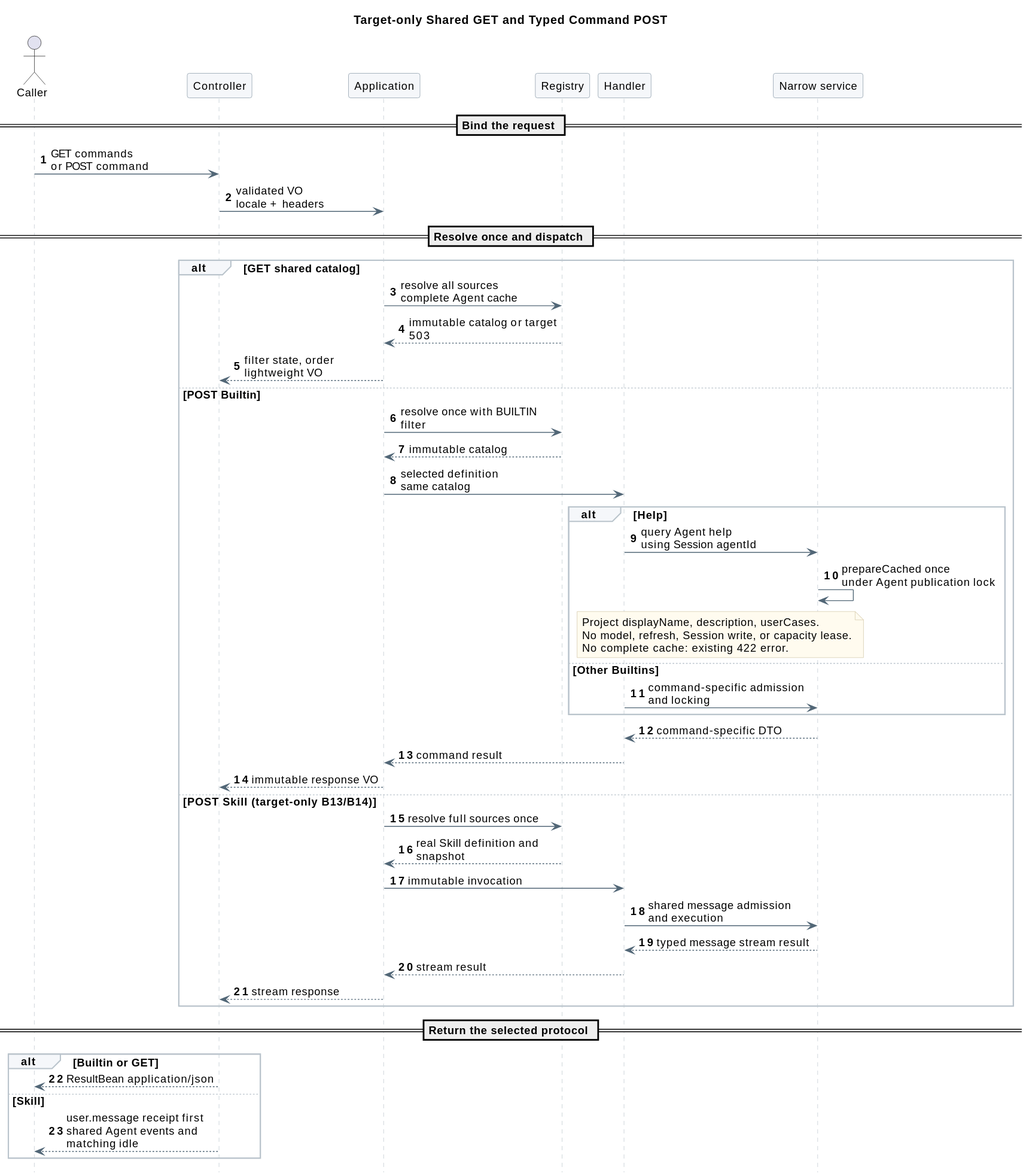
This is 01-总体架构/01-CampusClaw多Agent运行时/设计图/Command/command_http_flow.svg from ssm0808/pi-mono-java-design, a PlantUML export, as it was before one commit.
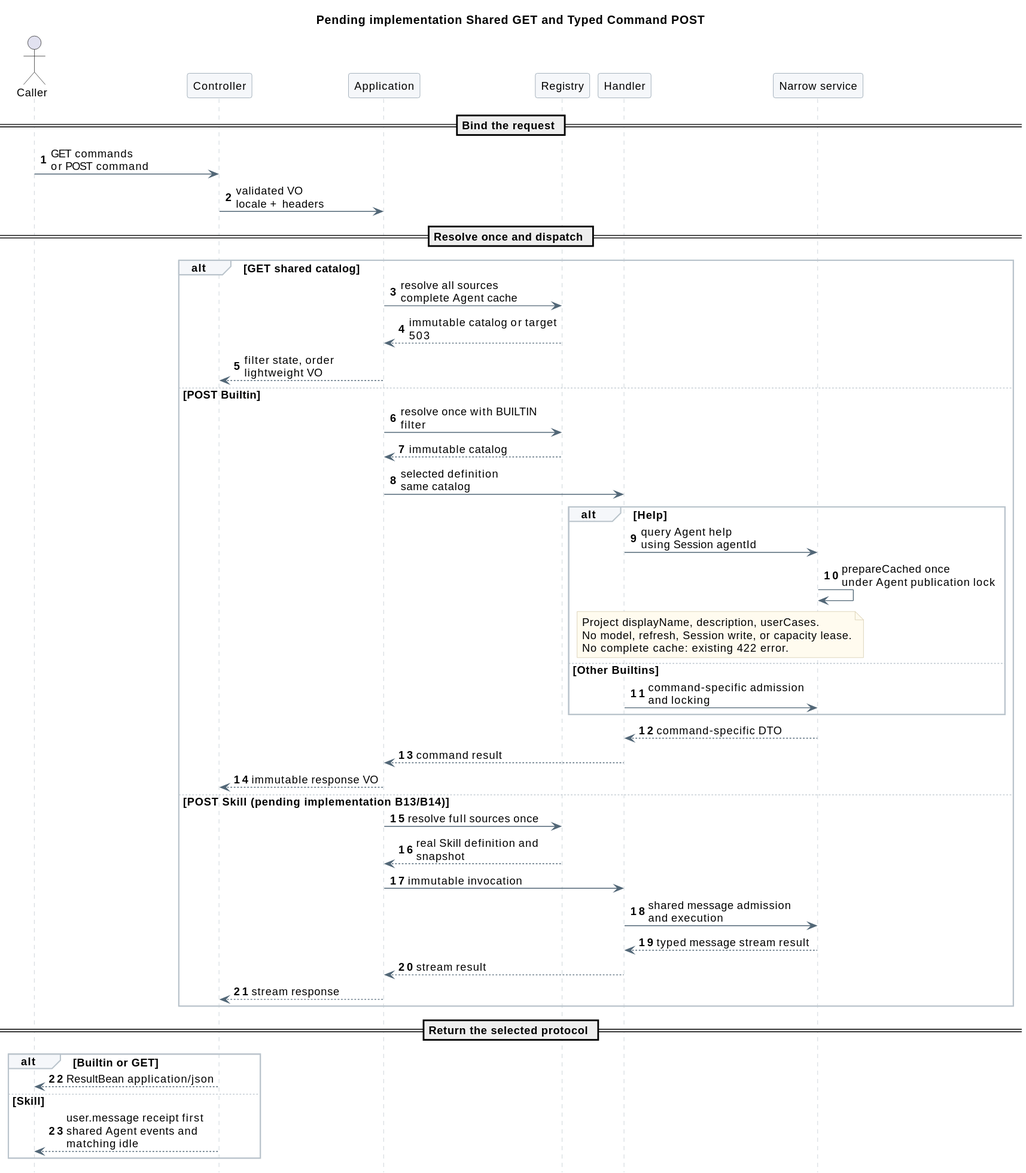
After the change.

What changed in the source:
```diff
@@ -15,7 +15,7 @@
 skinparam noteBorderColor #D2C6A5
 hide footbox
 autonumber
-title Target-only Shared GET and Typed Command POST
+title Pending implementation Shared GET and Typed Command POST
 actor Caller
 participant Controller
 participant Application
@@ -48,7 +48,7 @@
   Service --> Handler : command-specific DTO
   Handler --> Application : command result
   Application --> Controller : immutable response VO
-else POST Skill (target-only B13/B14)
+else POST Skill (pending implementation B13/B14)
   Application -> Registry : resolve full sources once
   Registry --> Application : real Skill definition and snapshot
   Application -> Handler : immutable invocation
```
